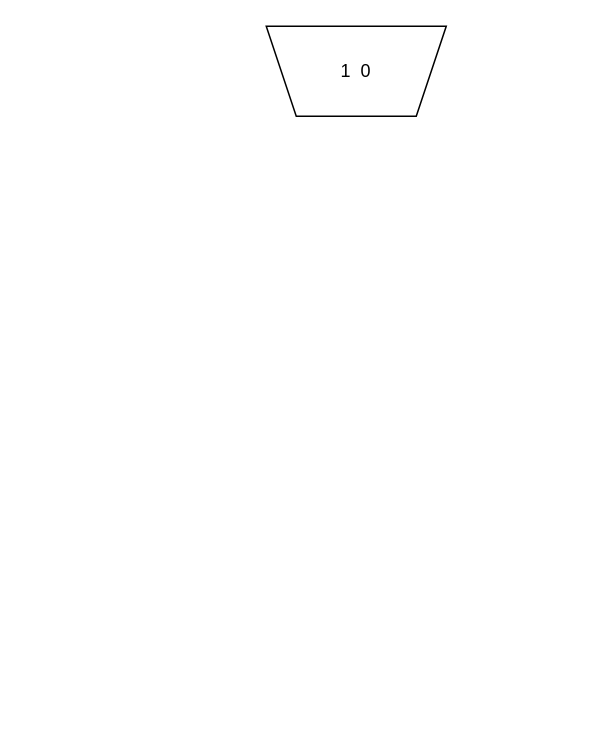
joshmeiyb/draw.io keeps this draw.io diagram as alu.drawio. Above is the earlier version. Source tidied: cells renumbered, new cells numbered last; positions are measured from the earlier drawing's top-left corner, leaving out a move shared by most shapes. Both pictures are drawn from the tidied source at 150%, with x=0, y=0 at pixel (266, 26).
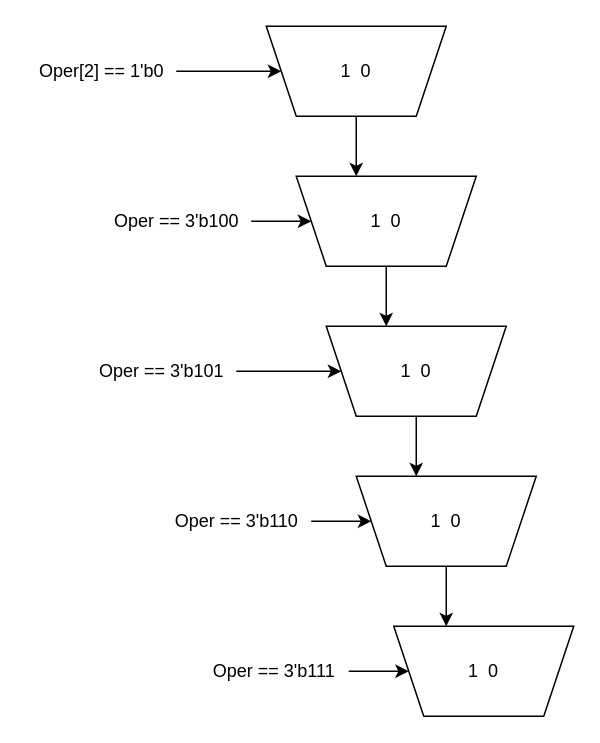
The same diagram, later.

The change refers to these unchanged cells:
```xml
<mxCell id="2" value="1&lt;span style=&quot;white-space: pre&quot;&gt; &lt;/span&gt;&lt;span style=&quot;white-space: pre&quot;&gt; &lt;/span&gt;0" style="shape=trapezoid;perimeter=trapezoidPerimeter;whiteSpace=wrap;html=1;fixedSize=1;direction=west;" parent="1" vertex="1">
  <mxGeometry width="120" height="60" as="geometry" />
</mxCell>
```

What changed in the source:
```diff
@@
+    <mxCell id="3" style="edgeStyle=orthogonalEdgeStyle;rounded=0;jettySize=auto;html=1;" parent="1" edge="1" source="4" target="2">
+      <mxGeometry relative="1" as="geometry" />
+    </mxCell>
+    <mxCell id="4" value="Oper[2] == 1'b0" style="text;html=1;align=center;verticalAlign=middle;points=[];strokeColor=none;fillColor=none;" parent="1" vertex="1">
+      <mxGeometry x="-160" y="20" width="100" height="20" as="geometry" />
+    </mxCell>
+    <mxCell id="5" style="endArrow=classic;html=1;rounded=0;exitX=0.5;exitY=0;exitDx=0;exitDy=0;" parent="1" edge="1" source="2">
+      <mxGeometry relative="1" as="geometry">
+        <mxPoint x="60" y="100" as="targetPoint" />
+      </mxGeometry>
+    </mxCell>
+    <mxCell id="6" style="edgeStyle=orthogonalEdgeStyle;rounded=0;jettySize=auto;html=1;" parent="1" edge="1" source="7" target="10">
+      <mxGeometry relative="1" as="geometry">
+        <Array as="points">
+          <mxPoint x="80" y="190" />
+          <mxPoint x="80" y="190" />
+        </Array>
+      </mxGeometry>
+    </mxCell>
+    <mxCell id="7" value="1&lt;span style=&quot;white-space: pre&quot;&gt; &lt;/span&gt;&lt;span style=&quot;white-space: pre&quot;&gt; &lt;/span&gt;0" style="shape=trapezoid;perimeter=trapezoidPerimeter;whiteSpace=wrap;html=1;fixedSize=1;direction=west;" parent="1" vertex="1">
+      <mxGeometry x="20" y="100" width="120" height="60" as="geometry" />
+    </mxCell>
+    <mxCell id="8" style="edgeStyle=orthogonalEdgeStyle;rounded=0;jettySize=auto;html=1;" parent="1" edge="1" source="9" target="7">
+      <mxGeometry relative="1" as="geometry" />
+    </mxCell>
+    <mxCell id="9" value="Oper == 3'b100" style="text;html=1;align=center;verticalAlign=middle;points=[];strokeColor=none;fillColor=none;" parent="1" vertex="1">
+      <mxGeometry x="-110" y="120" width="100" height="20" as="geometry" />
+    </mxCell>
+    <mxCell id="10" value="1&lt;span style=&quot;white-space: pre&quot;&gt; &lt;/span&gt;&lt;span style=&quot;white-space: pre&quot;&gt; &lt;/span&gt;0" style="shape=trapezoid;perimeter=trapezoidPerimeter;whiteSpace=wrap;html=1;fixedSize=1;direction=west;" parent="1" vertex="1">
+      <mxGeometry x="40" y="200" width="120" height="60" as="geometry" />
+    </mxCell>
+    <mxCell id="11" style="edgeStyle=orthogonalEdgeStyle;rounded=0;jettySize=auto;html=1;" parent="1" edge="1" source="12" target="10">
+      <mxGeometry relative="1" as="geometry" />
+    </mxCell>
+    <mxCell id="12" value="Oper == 3'b101" style="text;html=1;align=center;verticalAlign=middle;points=[];strokeColor=none;fillColor=none;" parent="1" vertex="1">
+      <mxGeometry x="-120" y="220" width="100" height="20" as="geometry" />
+    </mxCell>
+    <mxCell id="13" style="endArrow=classic;html=1;rounded=0;exitX=0.5;exitY=0;exitDx=0;exitDy=0;" parent="1" edge="1" source="10">
+      <mxGeometry relative="1" as="geometry">
+        <mxPoint x="100" y="300" as="targetPoint" />
+      </mxGeometry>
+    </mxCell>
+    <mxCell id="14" style="edgeStyle=orthogonalEdgeStyle;rounded=0;jettySize=auto;html=1;" parent="1" edge="1" source="15" target="18">
+      <mxGeometry relative="1" as="geometry">
+        <Array as="points">
+          <mxPoint x="120" y="390" />
+          <mxPoint x="120" y="390" />
+        </Array>
+      </mxGeometry>
+    </mxCell>
+    <mxCell id="15" value="1&lt;span style=&quot;white-space: pre&quot;&gt; &lt;/span&gt;&lt;span style=&quot;white-space: pre&quot;&gt; &lt;/span&gt;0" style="shape=trapezoid;perimeter=trapezoidPerimeter;whiteSpace=wrap;html=1;fixedSize=1;direction=west;" parent="1" vertex="1">
+      <mxGeometry x="60" y="300" width="120" height="60" as="geometry" />
+    </mxCell>
+    <mxCell id="16" style="edgeStyle=orthogonalEdgeStyle;rounded=0;jettySize=auto;html=1;" parent="1" edge="1" source="17" target="15">
+      <mxGeometry relative="1" as="geometry" />
+    </mxCell>
+    <mxCell id="17" value="Oper == 3'b110" style="text;html=1;align=center;verticalAlign=middle;points=[];strokeColor=none;fillColor=none;" parent="1" vertex="1">
+      <mxGeometry x="-70" y="320" width="100" height="20" as="geometry" />
+    </mxCell>
+    <mxCell id="18" value="1&lt;span style=&quot;white-space: pre&quot;&gt; &lt;/span&gt;&lt;span style=&quot;white-space: pre&quot;&gt; &lt;/span&gt;0" style="shape=trapezoid;perimeter=trapezoidPerimeter;whiteSpace=wrap;html=1;fixedSize=1;direction=west;" parent="1" vertex="1">
+      <mxGeometry x="85" y="400" width="120" height="60" as="geometry" />
+    </mxCell>
+    <mxCell id="19" style="edgeStyle=orthogonalEdgeStyle;rounded=0;jettySize=auto;html=1;" parent="1" edge="1" source="20" target="18">
+      <mxGeometry relative="1" as="geometry" />
+    </mxCell>
+    <mxCell id="20" value="Oper == 3'b111" style="text;html=1;align=center;verticalAlign=middle;points=[];strokeColor=none;fillColor=none;" parent="1" vertex="1">
+      <mxGeometry x="-45" y="420" width="100" height="20" as="geometry" />
+    </mxCell>
```
